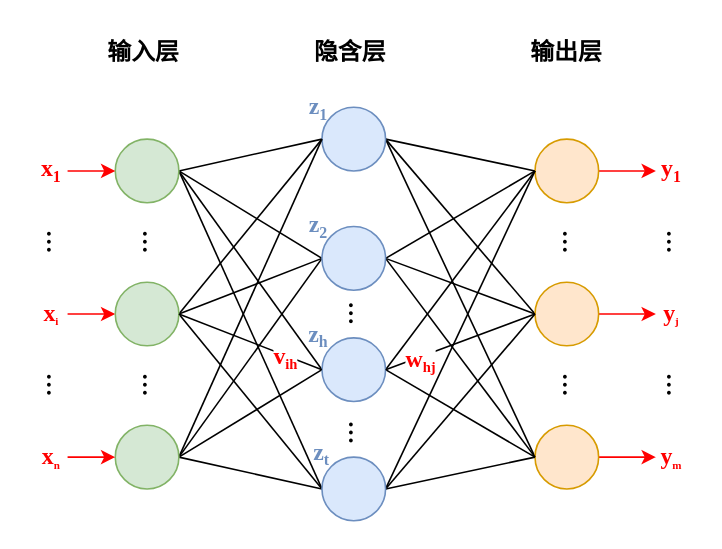
Before: BPNN.drawio in 2896498573/Redgon, a draw.io diagram. Source tidied: cells renumbered, new cells numbered last; positions are measured from the earlier drawing's top-left corner, leaving out a move shared by most shapes. Both pictures are drawn from the tidied source at 159%, with x=0, y=0 at pixel (35, 27).
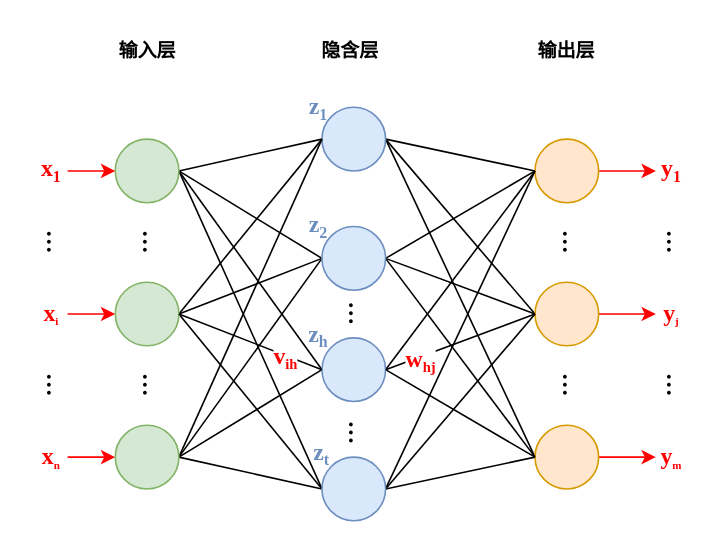
After the change.

Diff of the diagram source:
```diff
@@
-    <mxCell id="7" value="输入层" style="text;html=1;strokeColor=none;fillColor=none;align=center;verticalAlign=middle;whiteSpace=wrap;rounded=0;fontFamily=楷体;fontStyle=1;fontSize=15;" parent="1" vertex="1">
-      <mxGeometry x="38" width="60" height="30" as="geometry" />
+    <mxCell id="7" value="输入层" style="text;html=1;strokeColor=none;fillColor=none;align=center;verticalAlign=middle;rounded=0;fontFamily=宋体;fontStyle=1;fontSize=12;" parent="1" vertex="1">
+      <mxGeometry x="40" width="60" height="30" as="geometry" />
     </mxCell>
@@
-    <mxCell id="12" value="隐含层" style="text;html=1;strokeColor=none;fillColor=none;align=center;verticalAlign=middle;whiteSpace=wrap;rounded=0;fontFamily=楷体;fontStyle=1;fontSize=15;" parent="1" vertex="1">
+    <mxCell id="12" value="隐含层" style="text;html=1;strokeColor=none;fillColor=none;align=center;verticalAlign=middle;whiteSpace=wrap;rounded=0;fontFamily=宋体;fontStyle=1;fontSize=12;labelBackgroundColor=default;" parent="1" vertex="1">
       <mxGeometry x="168" width="60" height="30" as="geometry" />
     </mxCell>
@@
-    <mxCell id="15" value="输出层" style="text;html=1;strokeColor=none;fillColor=none;align=center;verticalAlign=middle;whiteSpace=wrap;rounded=0;fontFamily=楷体;fontStyle=1;fontSize=15;" parent="1" vertex="1">
+    <mxCell id="15" value="输出层" style="text;html=1;strokeColor=none;fillColor=none;align=center;verticalAlign=middle;whiteSpace=wrap;rounded=0;fontFamily=宋体;fontStyle=1;fontSize=12;labelBackgroundColor=default;" parent="1" vertex="1">
       <mxGeometry x="304" width="60" height="30" as="geometry" />
     </mxCell>
```
